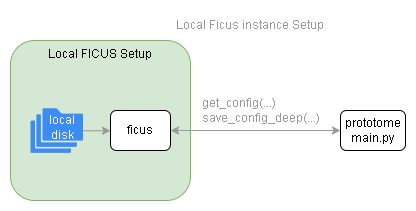
This is assets/local_ficus_setup.drawio.png from AllenNeuralDynamics/ficus, a draw.io export, as it was before one commit. Source tidied: cells renumbered, new cells last; positions are measured from the earlier drawing's top-left corner, leaving out a move shared by most shapes.
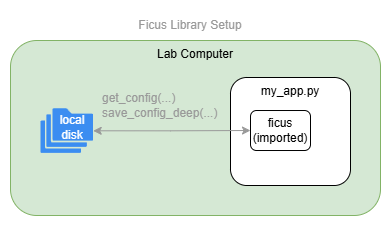
The same file after the commit.

Diff of the diagram source:
```diff
@@ -2,32 +2,29 @@
   <root>
     <mxCell id="0" />
     <mxCell id="1" parent="0" />
-    <mxCell id="2" value="Local FICUS Setup" style="rounded=1;whiteSpace=wrap;html=1;fillColor=#d5e8d4;strokeColor=#82b366;verticalAlign=top;" parent="1" vertex="1">
-      <mxGeometry y="30" width="180" height="160" as="geometry" />
-    </mxCell>
-    <mxCell id="3" style="edgeStyle=orthogonalEdgeStyle;rounded=0;jettySize=auto;html=1;exitX=1;exitY=0.5;exitDx=0;exitDy=0;entryX=0;entryY=0.5;entryDx=0;entryDy=0;startArrow=classic;startFill=1;strokeColor=#999999;" parent="1" edge="1" source="4" target="8">
-      <mxGeometry relative="1" as="geometry" />
-    </mxCell>
+    <mxCell id="8" value="Lab Computer" style="rounded=1;whiteSpace=wrap;html=1;verticalAlign=top;fillColor=#d5e8d4;strokeColor=#82b366;" parent="1" vertex="1">
+      <mxGeometry x="80" y="30" width="370" height="175" as="geometry" />
+    </mxCell>
+    <mxCell id="11" value="my_app.py" style="rounded=1;whiteSpace=wrap;html=1;verticalAlign=top;" parent="1" vertex="1">
+      <mxGeometry x="300" y="67" width="120" height="108" as="geometry" />
+    </mxCell>
-    <mxCell id="4" value="ficus" style="rounded=1;whiteSpace=wrap;html=1;" parent="1" vertex="1">
-      <mxGeometry x="100" y="100" width="60" height="40" as="geometry" />
+    <mxCell id="4" value="ficus&lt;div&gt;(imported)&lt;/div&gt;" style="rounded=1;whiteSpace=wrap;html=1;" parent="1" vertex="1">
+      <mxGeometry x="320" y="100" width="60" height="40" as="geometry" />
     </mxCell>
-    <mxCell id="5" style="edgeStyle=orthogonalEdgeStyle;rounded=0;jettySize=auto;html=1;exitX=1.075;exitY=0.61;exitDx=0;exitDy=0;entryX=0;entryY=0.5;entryDx=0;entryDy=0;strokeColor=#999999;exitPerimeter=0;" parent="1" edge="1" source="7" target="4">
+    <mxCell id="5" style="edgeStyle=orthogonalEdgeStyle;rounded=0;jettySize=auto;html=1;exitX=1.075;exitY=0.61;exitDx=0;exitDy=0;entryX=0;entryY=0.5;entryDx=0;entryDy=0;strokeColor=#999999;exitPerimeter=0;startArrow=classic;startFill=1;" parent="1" edge="1" source="7" target="4">
       <mxGeometry relative="1" as="geometry" />
     </mxCell>
     <mxCell id="6" style="sketch=0;html=1;strokeColor=none;shadow=0;fillColor=#3B8DF1;verticalAlign=top;labelPosition=center;verticalLabelPosition=bottom;shape=mxgraph.gcp2.folders;" parent="1" vertex="1">
-      <mxGeometry x="20" y="97.7" width="52.5" height="44.6" as="geometry" />
+      <mxGeometry x="110" y="97.7" width="52.5" height="44.6" as="geometry" />
     </mxCell>
     <mxCell id="7" value="&lt;font style=&quot;&quot;&gt;local&lt;/font&gt;&lt;div&gt;&lt;font style=&quot;&quot;&gt;disk&lt;/font&gt;&lt;/div&gt;" style="text;html=1;whiteSpace=wrap;strokeColor=none;fillColor=none;align=center;verticalAlign=middle;rounded=0;fontColor=#FFFFFF;" parent="1" vertex="1">
-      <mxGeometry x="34" y="102" width="36" height="30" as="geometry" />
+      <mxGeometry x="124" y="102" width="36" height="30" as="geometry" />
     </mxCell>
-    <mxCell id="8" value="prototome main.py" style="rounded=1;whiteSpace=wrap;html=1;" parent="1" vertex="1">
-      <mxGeometry x="330" y="100" width="65" height="40" as="geometry" />
-    </mxCell>
     <mxCell id="9" value="&lt;font style=&quot;color: rgb(153, 153, 153);&quot;&gt;get_config(...)&lt;/font&gt;&lt;div&gt;&lt;font style=&quot;color: rgb(153, 153, 153);&quot;&gt;save_config_deep(...)&lt;/font&gt;&lt;/div&gt;" style="text;html=1;whiteSpace=wrap;strokeColor=none;fillColor=none;align=left;verticalAlign=middle;rounded=0;" parent="1" vertex="1">
-      <mxGeometry x="190" y="80" width="120" height="40" as="geometry" />
+      <mxGeometry x="170" y="75" width="120" height="40" as="geometry" />
     </mxCell>
-    <mxCell id="10" value="Local Ficus instance Setup" style="text;html=1;whiteSpace=wrap;strokeColor=none;fillColor=none;align=center;verticalAlign=middle;rounded=0;fontColor=#999999;" parent="1" vertex="1">
-      <mxGeometry x="150" width="180" height="30" as="geometry" />
+    <mxCell id="10" value="Ficus Library Setup" style="text;html=1;whiteSpace=wrap;strokeColor=none;fillColor=none;align=center;verticalAlign=middle;rounded=0;fontColor=#999999;" parent="1" vertex="1">
+      <mxGeometry x="170" width="180" height="30" as="geometry" />
     </mxCell>
   </root>
 </mxGraphModel>
```
